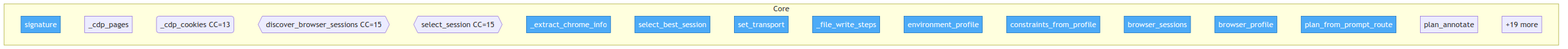
Earlier version of the Mermaid export project/flow.png (if-uri/urirun-connector-twin). Its source is kept beside it as project/flow.mmd.
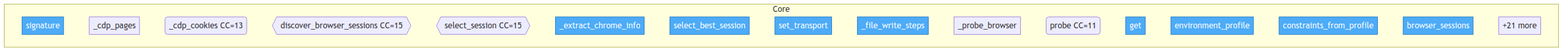
After the change.

Diff of the diagram source:
```diff
@@ -12,13 +12,13 @@
         urirun_connector_twin__browser__select_best_session["select_best_session"]
         urirun_connector_twin__dispatch__set_transport["set_transport"]
         urirun_connector_twin__prompt_plan___file_write_steps["_file_write_steps"]
+        urirun_connector_twin__environment___probe_browser["_probe_browser"]
+        urirun_connector_twin__environment__probe("probe CC=11")
+        urirun_connector_twin__proof_cache__DictProofStore__get["get"]
         urirun_connector_twin__core__environment_profile["environment_profile"]
         urirun_connector_twin__core__constraints_from_profile["constraints_from_profile"]
         urirun_connector_twin__core__browser_sessions["browser_sessions"]
-        urirun_connector_twin__core__browser_profile["browser_profile"]
-        urirun_connector_twin__core__plan_from_prompt_route["plan_from_prompt_route"]
-        urirun_connector_twin__core__plan_annotate["plan_annotate"]
-        ...["+19 more"]
+        ...["+21 more"]
     end
 
-    class urirun_connector_twin__sandbox__Scenario__signature,urirun_connector_twin__browser___extract_chrome_info,urirun_connector_twin__browser__select_best_session,urirun_connector_twin__dispatch__set_transport,urirun_connector_twin__prompt_plan___file_write_steps,urirun_connector_twin__core__environment_profile,urirun_connector_twin__core__constraints_from_profile,urirun_connector_twin__core__browser_sessions,urirun_connector_twin__core__browser_profile,urirun_connector_twin__core__plan_from_prompt_route entry
+    class urirun_connector_twin__sandbox__Scenario__signature,urirun_connector_twin__browser___extract_chrome_info,urirun_connector_twin__browser__select_best_session,urirun_connector_twin__dispatch__set_transport,urirun_connector_twin__prompt_plan___file_write_steps,urirun_connector_twin__proof_cache__DictProofStore__get,urirun_connector_twin__core__environment_profile,urirun_connector_twin__core__constraints_from_profile,urirun_connector_twin__core__browser_sessions,urirun_connector_twin__core__browser_profile entry
```
